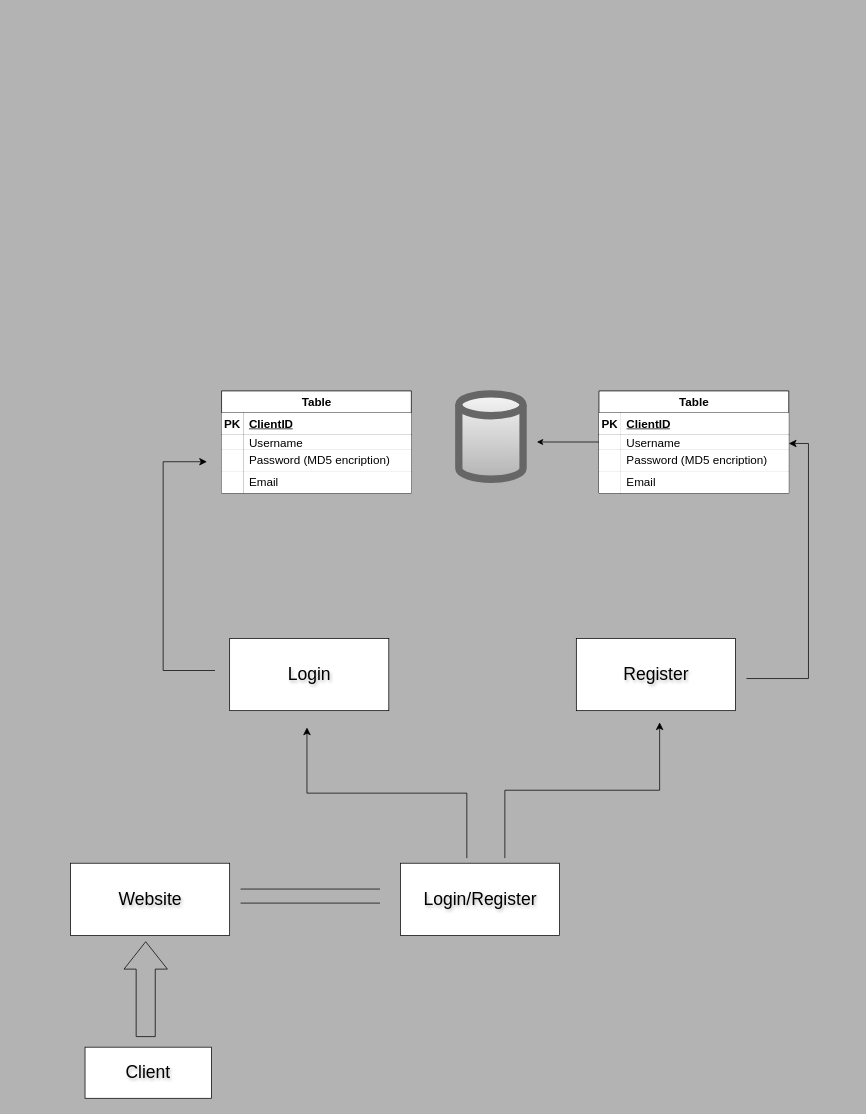
nyctopheliac/nebaservice keeps this draw.io diagram as roadmap.drawio. Above is the earlier version. Source tidied: cells renumbered, new cells numbered last; positions are measured from the earlier drawing's top-left corner, leaving out a move shared by most shapes. Both pictures are drawn from the tidied source at 73%, with x=0, y=0 at pixel (70, 391).
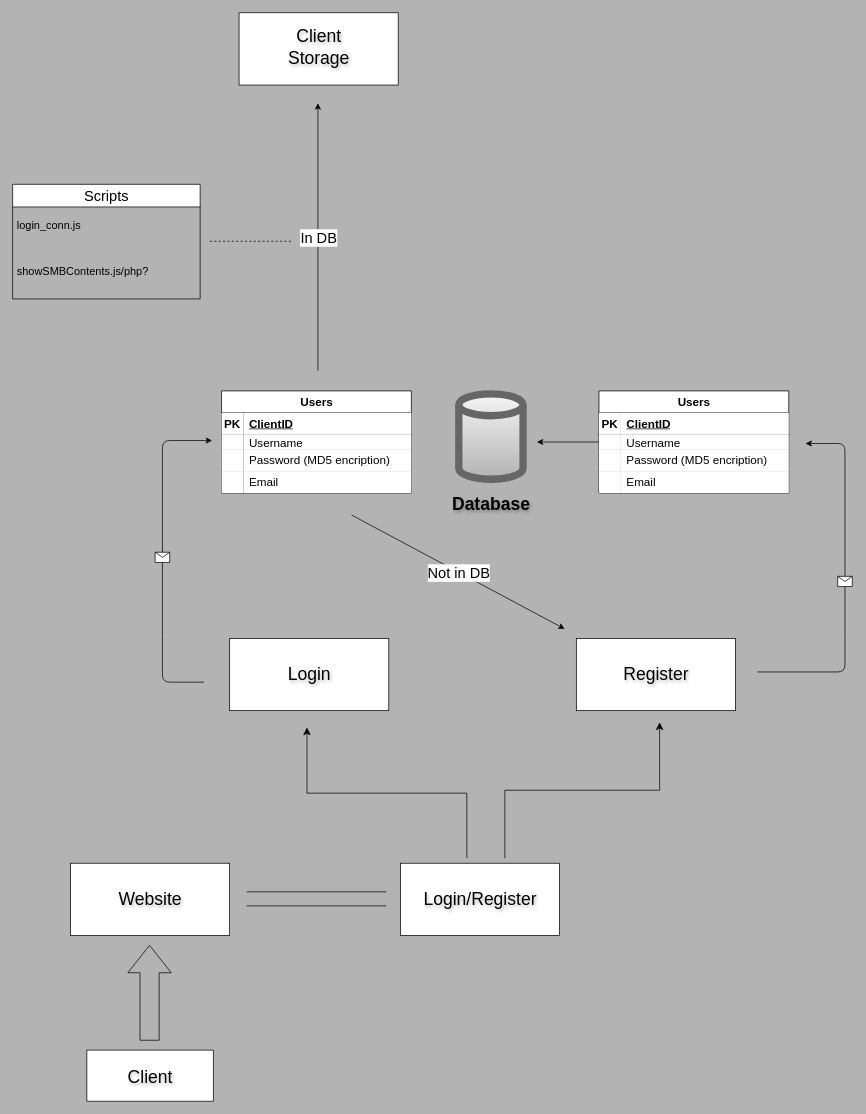
The same diagram, later.

Commit message (it also covers changes not shown here):
Updated: roadmap diagram. Added "Unused" folder for scripts/pages currently not in use. Added connLogin.js and createUserAndFolder.sh to "Unused".

Change to the diagram source:
```diff
@@
     <mxCell id="4" style="rounded=0;whiteSpace=wrap;html=1;" parent="1" vertex="1">
-      <mxGeometry x="20" y="899" width="173.2" height="70" as="geometry" />
+      <mxGeometry x="22.5" y="903" width="173.2" height="70" as="geometry" />
     </mxCell>
     <mxCell id="5" value="Client" style="text;html=1;align=center;verticalAlign=middle;whiteSpace=wrap;rounded=0;fontFamily=Arial;fontSize=24;textShadow=1;" parent="1" vertex="1">
-      <mxGeometry x="38.1" y="900.5" width="137" height="67" as="geometry" />
+      <mxGeometry x="40.6" y="906" width="137" height="67" as="geometry" />
     </mxCell>
     <mxCell id="6" style="shape=flexArrow;endArrow=classic;html=1;fontFamily=Arial;fontSize=16;fontColor=default;endWidth=32.30769230769231;endSize=12.184615384615384;width=26.153846153846153;" parent="1" edge="1">
       <mxGeometry relative="1" as="geometry">
-        <mxPoint x="103.1" y="885" as="sourcePoint" />
-        <mxPoint x="103.1" y="754" as="targetPoint" />
+        <mxPoint x="108.4" y="890" as="sourcePoint" />
+        <mxPoint x="108.4" y="759" as="targetPoint" />
       </mxGeometry>
     </mxCell>
     <mxCell id="7" style="shape=link;html=1;fontFamily=Arial;fontSize=16;fontColor=default;width=19.23076923076923;" parent="1" edge="1">
       <mxGeometry relative="1" as="geometry">
-        <mxPoint x="233.1" y="692" as="sourcePoint" />
-        <mxPoint x="424.1" y="692" as="targetPoint" />
+        <mxPoint x="241.5" y="695.8" as="sourcePoint" />
+        <mxPoint x="432.5" y="695.8" as="targetPoint" />
       </mxGeometry>
     </mxCell>
@@
-    <mxCell id="17" style="edgeStyle=segmentEdgeStyle;endArrow=classic;html=1;curved=0;rounded=0;endSize=8;startSize=8;fontFamily=Arial;fontSize=16;fontColor=default;" parent="1" edge="1" target="19">
-      <mxGeometry relative="1" as="geometry">
-        <mxPoint x="926" y="394" as="sourcePoint" />
-        <Array as="points">
-          <mxPoint x="1011" y="394" />
-          <mxPoint x="1011" y="72" />
-        </Array>
-      </mxGeometry>
-    </mxCell>
@@
-    <mxCell id="19" value="Table" style="shape=table;startSize=30;childLayout=tableLayout;rowLines=0;fontStyle=1;align=center;html=1;rounded=0;verticalAlign=middle;fontFamily=Arial;fontSize=16;" parent="1" vertex="1">
+    <mxCell id="19" value="Users" style="shape=table;startSize=30;childLayout=tableLayout;rowLines=0;fontStyle=1;align=center;html=1;rounded=0;verticalAlign=middle;fontFamily=Arial;fontSize=16;" parent="1" vertex="1">
       <mxGeometry x="724" width="260" height="140" as="geometry" />
     </mxCell>
@@
-    <mxCell id="32" value="Table" style="shape=table;startSize=30;childLayout=tableLayout;rowLines=0;fontStyle=1;align=center;html=1;rounded=0;verticalAlign=middle;fontFamily=Arial;fontSize=16;" parent="1" vertex="1">
+    <mxCell id="32" value="Users" style="shape=table;startSize=30;childLayout=tableLayout;rowLines=0;fontStyle=1;align=center;html=1;rounded=0;verticalAlign=middle;fontFamily=Arial;fontSize=16;" parent="1" vertex="1">
       <mxGeometry x="207" width="260" height="140" as="geometry" />
     </mxCell>
@@
-    <mxCell id="45" style="edgeStyle=segmentEdgeStyle;endArrow=classic;html=1;curved=0;rounded=0;endSize=8;startSize=8;fontFamily=Arial;fontSize=16;fontColor=default;" parent="1" edge="1">
-      <mxGeometry relative="1" as="geometry">
-        <mxPoint x="198" y="383" as="sourcePoint" />
-        <mxPoint x="187" y="97" as="targetPoint" />
-        <Array as="points">
-          <mxPoint x="127" y="383" />
-        </Array>
-      </mxGeometry>
-    </mxCell>
+    <mxCell id="46" style="endArrow=classic;html=1;" parent="1" edge="1">
+      <mxGeometry relative="1" as="geometry">
+        <mxPoint x="183" y="399" as="sourcePoint" />
+        <mxPoint x="194" y="68" as="targetPoint" />
+        <Array as="points">
+          <mxPoint x="126" y="399" />
+          <mxPoint x="126" y="335" />
+          <mxPoint x="126" y="68" />
+        </Array>
+      </mxGeometry>
+    </mxCell>
+    <mxCell id="47" style="shape=message;html=1;" parent="46" vertex="1">
+      <mxGeometry width="20" height="14" relative="1" as="geometry">
+        <mxPoint x="-10" y="-7" as="offset" />
+      </mxGeometry>
+    </mxCell>
+    <mxCell id="48" style="endArrow=classic;html=1;" parent="1" edge="1">
+      <mxGeometry relative="1" as="geometry">
+        <mxPoint x="941" y="385" as="sourcePoint" />
+        <mxPoint x="1007" y="72" as="targetPoint" />
+        <Array as="points">
+          <mxPoint x="1061" y="385" />
+          <mxPoint x="1061" y="321" />
+          <mxPoint x="1061" y="72" />
+        </Array>
+      </mxGeometry>
+    </mxCell>
+    <mxCell id="49" style="shape=message;html=1;" parent="48" vertex="1">
+      <mxGeometry width="20" height="14" relative="1" as="geometry">
+        <mxPoint x="-10" y="-7" as="offset" />
+      </mxGeometry>
+    </mxCell>
+    <mxCell id="50" value="Database" style="text;strokeColor=none;fillColor=none;html=1;fontSize=24;fontStyle=1;verticalAlign=middle;align=center;textShadow=1;" parent="1" vertex="1">
+      <mxGeometry x="526" y="135" width="100" height="40" as="geometry" />
+    </mxCell>
+    <mxCell id="51" style="endArrow=classic;html=1;fontFamily=Arial;fontSize=15;" parent="1" edge="1">
+      <mxGeometry relative="1" as="geometry">
+        <mxPoint x="385" y="170" as="sourcePoint" />
+        <mxPoint x="677" y="326" as="targetPoint" />
+      </mxGeometry>
+    </mxCell>
+    <mxCell id="52" value="Not in DB" style="edgeLabel;html=1;align=center;verticalAlign=middle;fontSize=20;" parent="51" vertex="1">
+      <mxGeometry relative="1" as="geometry" />
+    </mxCell>
+    <mxCell id="53" style="endArrow=classic;html=1;" parent="1" edge="1">
+      <mxGeometry relative="1" as="geometry">
+        <mxPoint x="339" y="-28" as="sourcePoint" />
+        <mxPoint x="339" y="-394" as="targetPoint" />
+      </mxGeometry>
+    </mxCell>
+    <mxCell id="54" value="&lt;span style=&quot;font-size: 20px;&quot;&gt;In DB&lt;/span&gt;" style="edgeLabel;html=1;align=center;verticalAlign=middle;" parent="53" vertex="1">
+      <mxGeometry relative="1" as="geometry" />
+    </mxCell>
+    <mxCell id="55" style="rounded=0;whiteSpace=wrap;html=1;" parent="1" vertex="1">
+      <mxGeometry x="231" y="-518" width="218" height="99" as="geometry" />
+    </mxCell>
+    <mxCell id="56" value="Client Storage" style="text;html=1;align=center;verticalAlign=middle;whiteSpace=wrap;rounded=0;fontFamily=Arial;fontSize=24;textShadow=1;" parent="1" vertex="1">
+      <mxGeometry x="271.5" y="-505" width="137" height="67" as="geometry" />
+    </mxCell>
+    <mxCell id="57" value="Scripts" style="swimlane;fontStyle=0;horizontal=1;startSize=31;whiteSpace=wrap;html=1;labelBackgroundColor=#FFFFFF;fontFamily=Arial;fontSize=20;" parent="1" vertex="1">
+      <mxGeometry x="-79.2" y="-283" width="256.9" height="157" as="geometry" />
+    </mxCell>
+    <mxCell id="58" value="login_conn.js" style="text;strokeColor=none;fillColor=none;align=left;verticalAlign=middle;spacingLeft=4;spacingRight=4;overflow=hidden;whiteSpace=wrap;html=1;labelBackgroundColor=none;labelBorderColor=none;fontFamily=Arial;fontSize=15;" parent="57" vertex="1">
+      <mxGeometry y="31" width="256.9" height="50" as="geometry" />
+    </mxCell>
+    <mxCell id="59" value="showSMBContents.js/php?" style="text;strokeColor=none;fillColor=none;align=left;verticalAlign=middle;spacingLeft=4;spacingRight=4;overflow=hidden;whiteSpace=wrap;html=1;fontSize=15;" parent="57" vertex="1">
+      <mxGeometry y="81" width="256.9" height="76" as="geometry" />
+    </mxCell>
+    <mxCell id="60" style="endArrow=none;dashed=1;html=1;" parent="1" edge="1">
+      <mxGeometry relative="1" as="geometry">
+        <mxPoint x="191" y="-205" as="sourcePoint" />
+        <mxPoint x="304" y="-205" as="targetPoint" />
+      </mxGeometry>
+    </mxCell>
```
